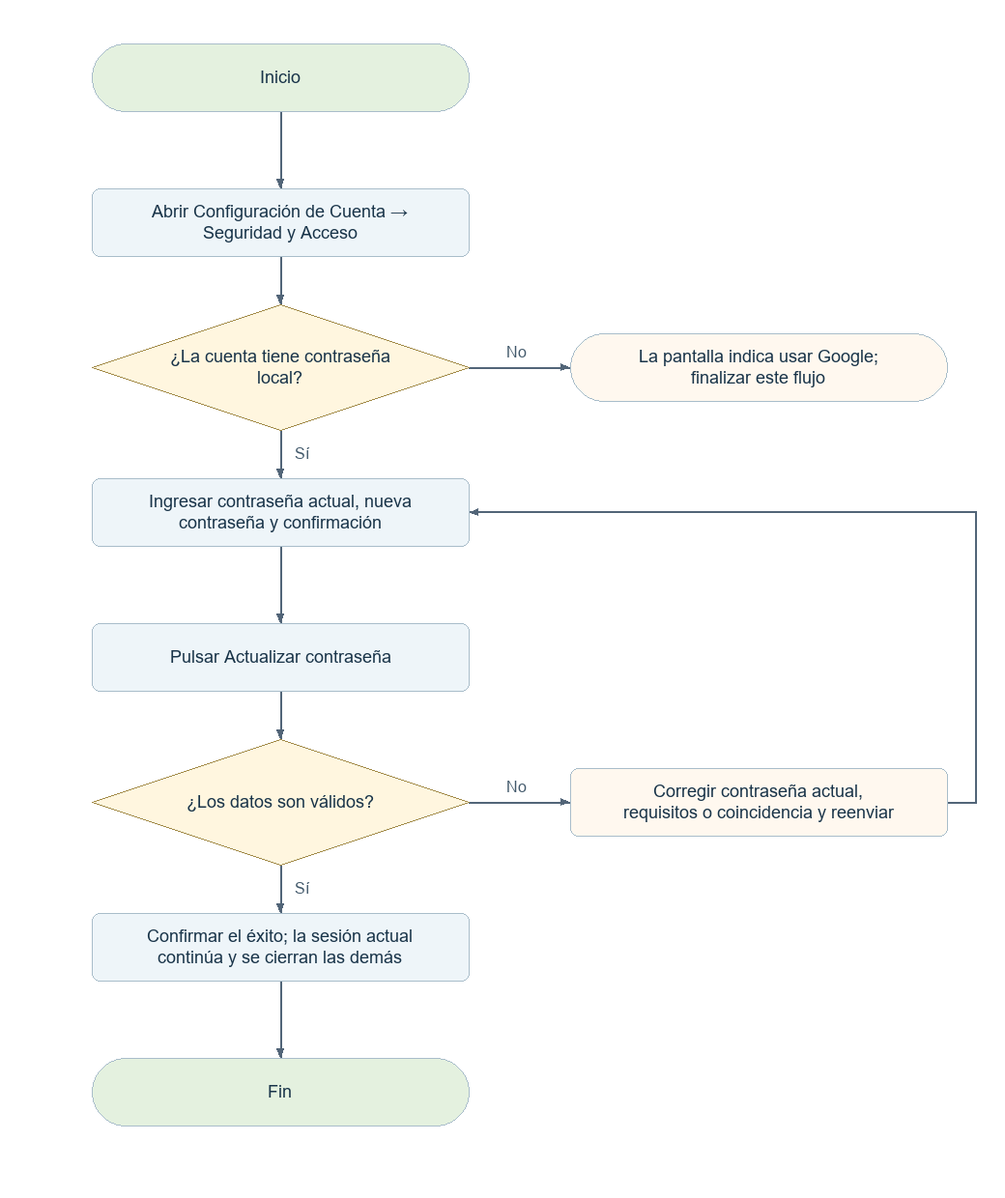
Earlier version of the Mermaid export docs/diagramas-web/png/C06.png (elingeyesdev/t3-crowdfunding-inversion). Its source is kept beside it as docs/diagramas-web/mermaid/C06.mmd. Its diagram source:
```mermaid
flowchart TD
  N0(["Inicio"])
  N0 --> N1
  N1["Abrir Configuración de Cuenta → Seguridad y Acceso"]
  N1 --> N2
  N2{"¿La cuenta tiene contraseña local?"}
  N2 -->|"Sí"| N3
  B2(["La pantalla indica usar Google; finalizar este flujo"])
  N2 -->|"No"| B2
  N3["Ingresar contraseña actual, nueva contraseña y confirmación"]
  N3 --> N4
  N4["Pulsar Actualizar contraseña"]
  N4 --> N5
  N5{"¿Los datos son válidos?"}
  N5 -->|"Sí"| N6
  B5["Corregir contraseña actual, requisitos o coincidencia y reenviar"]
  N5 -->|"No"| B5
  B5 --> N3
  N6["Confirmar el éxito; la sesión actual continúa y se cierran las demás"]
  N6 --> N7
  N7(["Fin"])
```
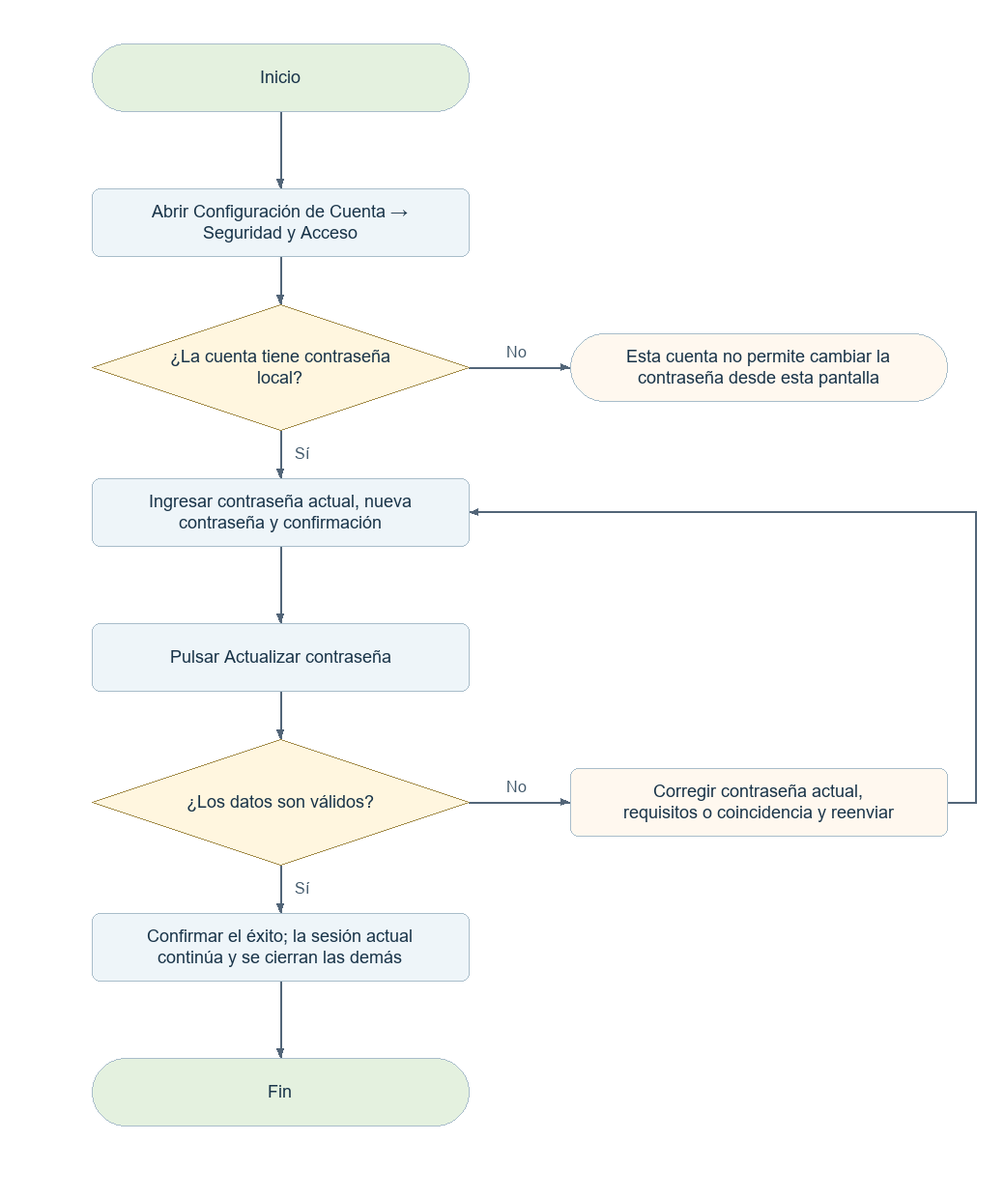
After the change.

The edit, as a diff of the source:
```diff
@@ -5,7 +5,7 @@
   N1 --> N2
   N2{"¿La cuenta tiene contraseña local?"}
   N2 -->|"Sí"| N3
-  B2(["La pantalla indica usar Google; finalizar este flujo"])
+  B2(["Esta cuenta no permite cambiar la contraseña desde esta pantalla"])
   N2 -->|"No"| B2
   N3["Ingresar contraseña actual, nueva contraseña y confirmación"]
   N3 --> N4
```
